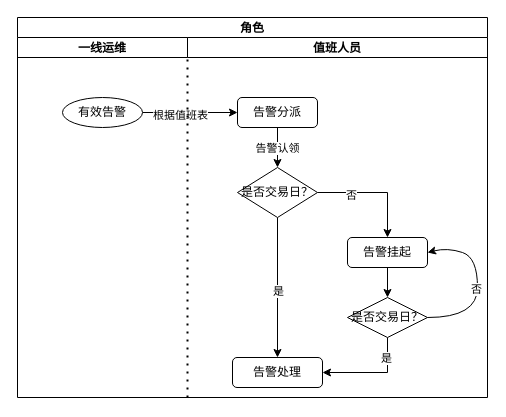
Above: 告警通知流程.drawio in jaywin2u/practices (draw.io), before the change. Source tidied: cells renumbered, new cells numbered last; positions are measured from the earlier drawing's top-left corner, leaving out a move shared by most shapes. Both pictures are drawn from the tidied source at 100%, with x=0, y=0 at pixel (17, 17).
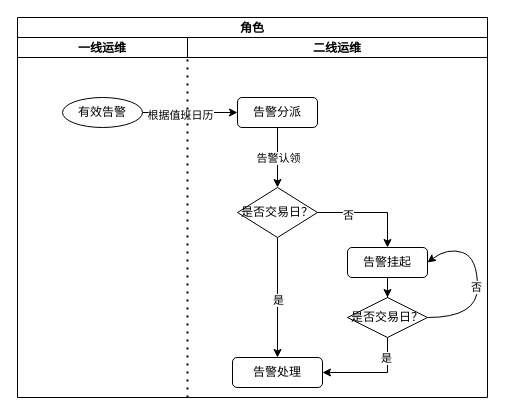
The same page after the edit.

Commit message:
已添加 告警通知流程.drawio

Unchanged cells that the change refers to:
```xml
<mxCell id="5" style="edgeStyle=orthogonalEdgeStyle;rounded=0;jettySize=auto;html=1;entryX=0;entryY=0.5;entryDx=0;entryDy=0;" parent="1" edge="1" source="7" target="10">
  <mxGeometry relative="1" as="geometry" />
</mxCell>
<mxCell id="8" style="edgeStyle=orthogonalEdgeStyle;rounded=0;jettySize=auto;html=1;" parent="1" edge="1" source="10" target="15">
  <mxGeometry relative="1" as="geometry" />
</mxCell>
```

Diff of the diagram source:
```diff
@@
-    <mxCell id="4" value="值班人员" style="swimlane;" parent="1" vertex="1">
+    <mxCell id="4" value="二线运维" style="swimlane;" parent="1" vertex="1">
       <mxGeometry x="170" y="20" width="300" height="20" as="geometry" />
     </mxCell>
@@
-    <mxCell id="6" value="根据值班表" style="edgeLabel;html=1;align=center;verticalAlign=middle;" parent="5" vertex="1">
+    <mxCell id="6" value="根据值班日历" style="edgeLabel;html=1;align=center;verticalAlign=middle;" parent="5" vertex="1">
       <mxGeometry x="-0.22" y="-2" relative="1" as="geometry" />
     </mxCell>
@@
     <mxCell id="9" value="告警认领" style="edgeLabel;html=1;align=center;verticalAlign=middle;" parent="8" vertex="1">
       <mxGeometry x="0.37" y="-1" relative="1" as="geometry">
-        <mxPoint y="-7" as="offset" />
+        <mxPoint x="1" y="-11" as="offset" />
       </mxGeometry>
     </mxCell>
@@
     <mxCell id="15" value="是否交易日？" style="rhombus;whiteSpace=wrap;html=1;" parent="1" vertex="1">
-      <mxGeometry x="220" y="150" width="80" height="50" as="geometry" />
+      <mxGeometry x="220" y="170" width="80" height="50" as="geometry" />
     </mxCell>
@@
     <mxCell id="18" value="告警挂起" style="rounded=1;whiteSpace=wrap;html=1;" parent="1" vertex="1">
-      <mxGeometry x="330" y="220" width="80" height="30" as="geometry" />
+      <mxGeometry x="330" y="230" width="80" height="30" as="geometry" />
     </mxCell>
```
